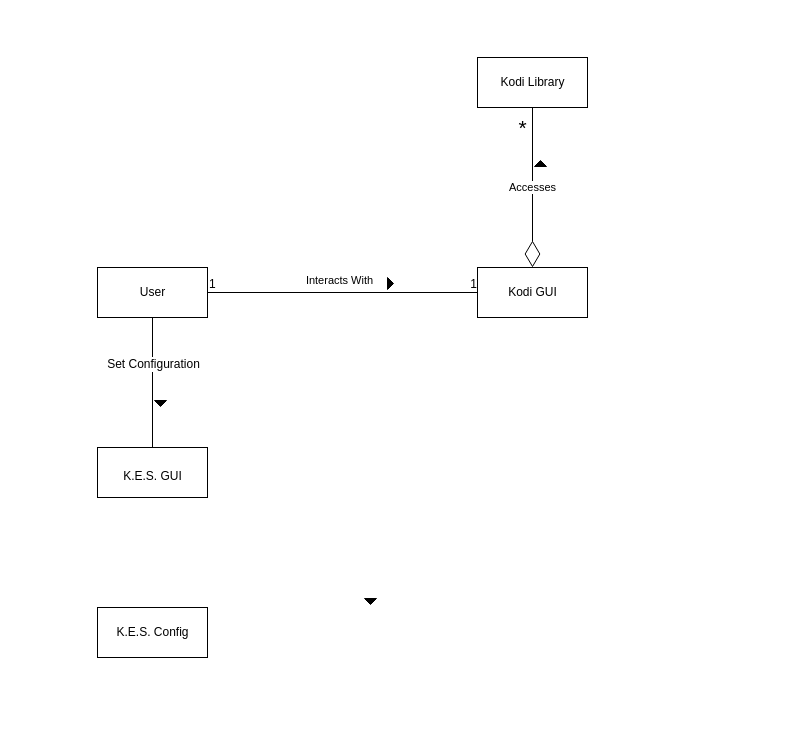
Above: uml.drawio in dustinmcmahon/kodiAddon (draw.io), before the change. Source tidied: cells renumbered, new cells numbered last; positions are measured from the earlier drawing's top-left corner, leaving out a move shared by most shapes. Both pictures are drawn from the tidied source at 100%, with x=0, y=0 at pixel (97, 57).
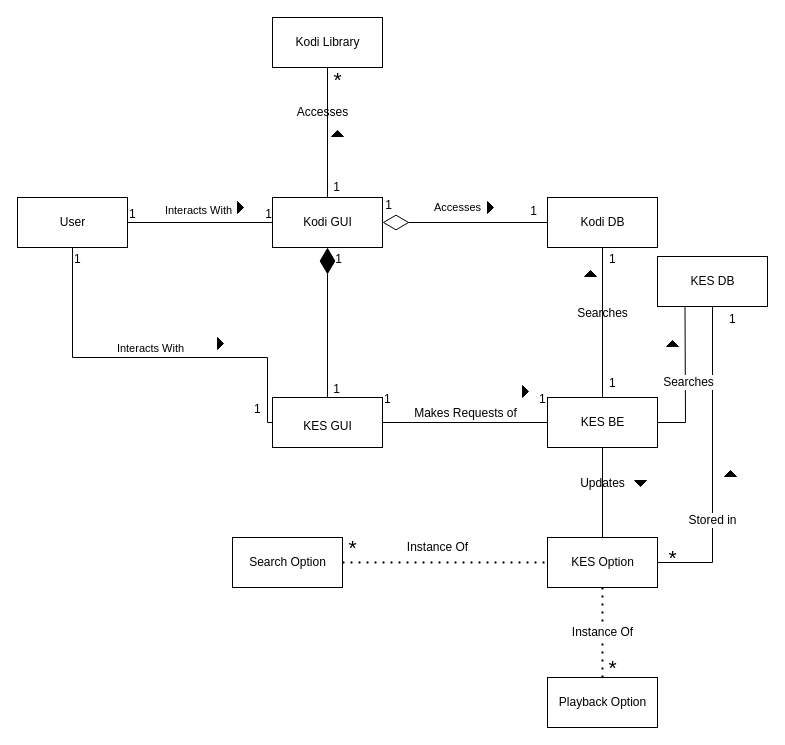
Above is the later version.

Commit message (it also covers changes not shown here):
UML Diagrams v1

Change to the diagram source:
```diff
@@
     <mxCell id="2" value="User" style="html=1;" parent="1" vertex="1">
-      <mxGeometry y="210" width="110" height="50" as="geometry" />
+      <mxGeometry x="-80" y="140" width="110" height="50" as="geometry" />
     </mxCell>
     <mxCell id="3" value="Kodi GUI" style="html=1;" parent="1" vertex="1">
-      <mxGeometry x="380" y="210" width="110" height="50" as="geometry" />
+      <mxGeometry x="175" y="140" width="110" height="50" as="geometry" />
     </mxCell>
     <mxCell id="4" value="Kodi Library" style="html=1;" parent="1" vertex="1">
-      <mxGeometry x="380" width="110" height="50" as="geometry" />
+      <mxGeometry x="175" y="-40" width="110" height="50" as="geometry" />
     </mxCell>
@@
-    <mxCell id="8" value="Accesses" style="endArrow=diamondThin;endFill=0;endSize=24;html=1;entryX=0.5;entryY=0;entryDx=0;entryDy=0;exitX=0.5;exitY=1;exitDx=0;exitDy=0;" parent="1" edge="1" source="4" target="3">
-      <mxGeometry relative="1" as="geometry" />
+    <mxCell id="8" value="Accesses" style="endArrow=diamondThin;endFill=0;endSize=24;html=1;entryX=1;entryY=0.5;entryDx=0;entryDy=0;exitX=0;exitY=0.5;exitDx=0;exitDy=0;" parent="1" edge="1" source="22" target="3">
+      <mxGeometry x="0.09" y="-15" relative="1" as="geometry" />
     </mxCell>
     <mxCell id="9" value="*" style="text;html=1;align=center;verticalAlign=middle;strokeColor=none;fillColor=none;fontSize=21;" parent="1" vertex="1">
-      <mxGeometry x="410" y="50" width="30" height="40" as="geometry" />
+      <mxGeometry x="225" y="2" width="30" height="40" as="geometry" />
     </mxCell>
-    <mxCell id="10" value="&lt;font style=&quot;font-size: 12px;&quot;&gt;K.E.S. GUI&lt;/font&gt;" style="html=1;fontSize=21;" parent="1" vertex="1">
-      <mxGeometry y="390" width="110" height="50" as="geometry" />
+    <mxCell id="10" value="&lt;font style=&quot;font-size: 12px;&quot;&gt;KES GUI&lt;/font&gt;" style="html=1;fontSize=21;" parent="1" vertex="1">
+      <mxGeometry x="175" y="340" width="110" height="50" as="geometry" />
     </mxCell>
-    <mxCell id="11" value="K.E.S. Config" style="html=1;fontSize=12;" parent="1" vertex="1">
-      <mxGeometry y="550" width="110" height="50" as="geometry" />
+    <mxCell id="11" value="KES Option" style="html=1;fontSize=12;" parent="1" vertex="1">
+      <mxGeometry x="450" y="480" width="110" height="50" as="geometry" />
     </mxCell>
     <mxCell id="12" style="triangle;fillColor=strokeColor;fontSize=12;" parent="1" vertex="1">
-      <mxGeometry x="290" y="220" width="6" height="12" as="geometry" />
+      <mxGeometry x="140" y="144" width="6" height="12" as="geometry" />
     </mxCell>
-    <mxCell id="13" style="endArrow=none;html=1;rounded=0;align=center;verticalAlign=bottom;labelBackgroundColor=none;fontSize=12;exitX=0.5;exitY=1;exitDx=0;exitDy=0;entryX=0.5;entryY=0;entryDx=0;entryDy=0;" parent="1" edge="1" source="2" target="10">
+    <mxCell id="13" style="startArrow=diamondThin;endFill=1;endArrow=none;html=1;rounded=0;align=center;verticalAlign=bottom;labelBackgroundColor=none;fontSize=12;exitX=0.5;exitY=1;exitDx=0;exitDy=0;entryX=0.5;entryY=0;entryDx=0;entryDy=0;startSize=24;" parent="1" edge="1" source="3" target="10">
       <mxGeometry relative="1" as="geometry" />
     </mxCell>
-    <mxCell id="14" value="Set Configuration" style="edgeLabel;html=1;align=center;verticalAlign=middle;fontSize=12;" parent="13" vertex="1">
-      <mxGeometry x="-0.3" relative="1" as="geometry" />
-    </mxCell>
-    <mxCell id="15" style="triangle;fillColor=strokeColor;fontSize=12;rotation=-90;" parent="1" vertex="1">
-      <mxGeometry x="440" y="100" width="6" height="12" as="geometry" />
+    <mxCell id="15" style="triangle;fillColor=strokeColor;fontSize=12;rotation=0;" parent="1" vertex="1">
+      <mxGeometry x="390" y="144" width="6" height="12" as="geometry" />
     </mxCell>
-    <mxCell id="16" style="triangle;fillColor=strokeColor;fontSize=12;rotation=90;" parent="1" vertex="1">
-      <mxGeometry x="270" y="538" width="6" height="12" as="geometry" />
-    </mxCell>
-    <mxCell id="17" style="triangle;fillColor=strokeColor;fontSize=12;rotation=90;" parent="1" vertex="1">
-      <mxGeometry x="60" y="340" width="6" height="12" as="geometry" />
-    </mxCell>
+    <mxCell id="18" style="triangle;fillColor=strokeColor;fontSize=12;" parent="1" vertex="1">
+      <mxGeometry x="120" y="280" width="6" height="12" as="geometry" />
+    </mxCell>
+    <mxCell id="19" value="&lt;span style=&quot;font-size: 11px;&quot;&gt;Interacts With&lt;/span&gt;" style="endArrow=none;html=1;rounded=0;align=center;verticalAlign=bottom;labelBackgroundColor=none;fontSize=12;exitX=0.5;exitY=1;exitDx=0;exitDy=0;entryX=0;entryY=0.5;entryDx=0;entryDy=0;" parent="1" edge="1" source="2" target="10">
+      <mxGeometry relative="1" as="geometry">
+        <Array as="points">
+          <mxPoint x="-25" y="300" />
+          <mxPoint x="170" y="300" />
+          <mxPoint x="170" y="365" />
+        </Array>
+      </mxGeometry>
+    </mxCell>
+    <mxCell id="20" value="KES BE" style="html=1;" parent="1" vertex="1">
+      <mxGeometry x="450" y="340" width="110" height="50" as="geometry" />
+    </mxCell>
+    <mxCell id="21" value="KES DB" style="html=1;" parent="1" vertex="1">
+      <mxGeometry x="560" y="199" width="110" height="50" as="geometry" />
+    </mxCell>
+    <mxCell id="22" value="Kodi DB" style="html=1;" parent="1" vertex="1">
+      <mxGeometry x="450" y="140" width="110" height="50" as="geometry" />
+    </mxCell>
+    <mxCell id="23" style="triangle;fillColor=strokeColor;fontSize=12;rotation=-90;" parent="1" vertex="1">
+      <mxGeometry x="237" y="70" width="6" height="12" as="geometry" />
+    </mxCell>
+    <mxCell id="24" value="Accesses" style="endArrow=none;html=1;rounded=0;align=center;verticalAlign=bottom;labelBackgroundColor=none;fontSize=12;exitX=0.5;exitY=1;exitDx=0;exitDy=0;entryX=0.5;entryY=0;entryDx=0;entryDy=0;" parent="1" edge="1" source="4" target="3">
+      <mxGeometry x="-0.17" y="-5" relative="1" as="geometry" />
+    </mxCell>
+    <mxCell id="25" style="triangle;fillColor=strokeColor;fontSize=12;" parent="1" vertex="1">
+      <mxGeometry x="425" y="328" width="6" height="12" as="geometry" />
+    </mxCell>
+    <mxCell id="26" value="Makes Requests of" style="endArrow=none;html=1;rounded=0;align=center;verticalAlign=bottom;labelBackgroundColor=none;fontSize=12;exitX=1;exitY=0.5;exitDx=0;exitDy=0;entryX=0;entryY=0.5;entryDx=0;entryDy=0;" parent="1" edge="1" source="10" target="20">
+      <mxGeometry relative="1" as="geometry" />
+    </mxCell>
+    <mxCell id="27" style="triangle;fillColor=strokeColor;fontSize=12;rotation=-90;" parent="1" vertex="1">
+      <mxGeometry x="490" y="210" width="6" height="12" as="geometry" />
+    </mxCell>
+    <mxCell id="28" value="Searches" style="endArrow=none;html=1;rounded=0;align=center;verticalAlign=bottom;labelBackgroundColor=none;fontSize=12;exitX=0.5;exitY=1;exitDx=0;exitDy=0;entryX=0.5;entryY=0;entryDx=0;entryDy=0;" parent="1" edge="1" source="22" target="20">
+      <mxGeometry relative="1" as="geometry" />
+    </mxCell>
+    <mxCell id="29" value="1" style="html=1;align=right;verticalAlign=bottom;labelBackgroundColor=none;" parent="1" vertex="1">
+      <mxGeometry x="243" y="138" as="geometry" />
+    </mxCell>
+    <mxCell id="30" value="1" style="html=1;align=right;verticalAlign=bottom;labelBackgroundColor=none;" parent="1" vertex="1">
+      <mxGeometry x="440" y="162" as="geometry" />
+    </mxCell>
+    <mxCell id="31" value="1" style="html=1;align=right;verticalAlign=bottom;labelBackgroundColor=none;" parent="1" vertex="1">
+      <mxGeometry x="295" y="156" as="geometry" />
+    </mxCell>
+    <mxCell id="32" value="1" style="html=1;align=right;verticalAlign=bottom;labelBackgroundColor=none;" parent="1" vertex="1">
+      <mxGeometry x="245" y="210" as="geometry" />
+    </mxCell>
+    <mxCell id="33" value="1" style="html=1;align=right;verticalAlign=bottom;labelBackgroundColor=none;" parent="1" vertex="1">
+      <mxGeometry x="243" y="340" as="geometry" />
+    </mxCell>
+    <mxCell id="34" value="1" style="html=1;align=left;verticalAlign=bottom;labelBackgroundColor=none;" parent="1" vertex="1">
+      <mxGeometry x="-25" y="210" as="geometry" />
+    </mxCell>
+    <mxCell id="35" value="1" style="html=1;align=left;verticalAlign=bottom;labelBackgroundColor=none;" parent="1" vertex="1">
+      <mxGeometry x="155" y="360" as="geometry" />
+    </mxCell>
+    <mxCell id="36" value="1" style="html=1;align=left;verticalAlign=bottom;labelBackgroundColor=none;" parent="1" vertex="1">
+      <mxGeometry x="285" y="350" as="geometry" />
+    </mxCell>
+    <mxCell id="37" value="1" style="html=1;align=left;verticalAlign=bottom;labelBackgroundColor=none;" parent="1" vertex="1">
+      <mxGeometry x="630" y="270" as="geometry" />
+    </mxCell>
+    <mxCell id="38" value="1" style="html=1;align=left;verticalAlign=bottom;labelBackgroundColor=none;" parent="1" vertex="1">
+      <mxGeometry x="510" y="210" as="geometry" />
+    </mxCell>
+    <mxCell id="39" value="1" style="html=1;align=left;verticalAlign=bottom;labelBackgroundColor=none;" parent="1" vertex="1">
+      <mxGeometry x="510" y="334" as="geometry" />
+    </mxCell>
+    <mxCell id="40" value="1" style="html=1;align=left;verticalAlign=bottom;labelBackgroundColor=none;" parent="1" vertex="1">
+      <mxGeometry x="440" y="350" as="geometry" />
+    </mxCell>
+    <mxCell id="41" style="triangle;fillColor=strokeColor;fontSize=12;rotation=90;" parent="1" vertex="1">
+      <mxGeometry x="540" y="420" width="6" height="12" as="geometry" />
+    </mxCell>
+    <mxCell id="42" value="Updates" style="endArrow=none;html=1;rounded=0;align=center;verticalAlign=bottom;labelBackgroundColor=none;fontSize=12;exitX=0.5;exitY=0;exitDx=0;exitDy=0;entryX=0.5;entryY=1;entryDx=0;entryDy=0;" parent="1" edge="1" source="11" target="20">
+      <mxGeometry relative="1" as="geometry" />
+    </mxCell>
+    <mxCell id="43" style="triangle;fillColor=strokeColor;fontSize=12;rotation=-90;" parent="1" vertex="1">
+      <mxGeometry x="630" y="410" width="6" height="12" as="geometry" />
+    </mxCell>
+    <mxCell id="44" style="endArrow=none;html=1;rounded=0;align=center;verticalAlign=bottom;labelBackgroundColor=none;fontSize=12;exitX=1;exitY=0.5;exitDx=0;exitDy=0;entryX=0.5;entryY=1;entryDx=0;entryDy=0;" parent="1" edge="1" source="11" target="21">
+      <mxGeometry relative="1" as="geometry">
+        <Array as="points">
+          <mxPoint x="615" y="505" />
+        </Array>
+      </mxGeometry>
+    </mxCell>
+    <mxCell id="45" value="Stored in" style="edgeLabel;html=1;align=center;verticalAlign=middle;fontSize=12;" parent="44" vertex="1">
+      <mxGeometry x="-0.37" y="1" relative="1" as="geometry" />
+    </mxCell>
+    <mxCell id="46" value="*" style="text;html=1;align=center;verticalAlign=middle;strokeColor=none;fillColor=none;fontSize=21;" parent="1" vertex="1">
+      <mxGeometry x="560" y="480" width="30" height="40" as="geometry" />
+    </mxCell>
+    <mxCell id="47" style="triangle;fillColor=strokeColor;fontSize=12;rotation=-90;" parent="1" vertex="1">
+      <mxGeometry x="572" y="280" width="6" height="12" as="geometry" />
+    </mxCell>
+    <mxCell id="48" style="endArrow=none;html=1;rounded=0;align=center;verticalAlign=bottom;labelBackgroundColor=none;fontSize=12;exitX=1;exitY=0.5;exitDx=0;exitDy=0;entryX=0.25;entryY=1;entryDx=0;entryDy=0;" parent="1" edge="1" source="20" target="21">
+      <mxGeometry relative="1" as="geometry">
+        <Array as="points">
+          <mxPoint x="588" y="365" />
+        </Array>
+      </mxGeometry>
+    </mxCell>
+    <mxCell id="49" value="Searches" style="edgeLabel;html=1;align=center;verticalAlign=middle;fontSize=12;" parent="48" vertex="1">
+      <mxGeometry x="-0.05" y="-3" relative="1" as="geometry" />
+    </mxCell>
+    <mxCell id="50" value="Instance Of" style="endArrow=none;dashed=1;html=1;dashPattern=1 3;strokeWidth=2;fontSize=12;entryX=0.5;entryY=1;entryDx=0;entryDy=0;exitX=0.5;exitY=0;exitDx=0;exitDy=0;" parent="1" edge="1" source="52" target="11">
+      <mxGeometry relative="1" as="geometry" />
+    </mxCell>
+    <mxCell id="51" value="Search Option" style="html=1;fontSize=12;" parent="1" vertex="1">
+      <mxGeometry x="135" y="480" width="110" height="50" as="geometry" />
+    </mxCell>
+    <mxCell id="52" value="Playback Option" style="html=1;fontSize=12;" parent="1" vertex="1">
+      <mxGeometry x="450" y="620" width="110" height="50" as="geometry" />
+    </mxCell>
+    <mxCell id="53" value="Instance Of" style="endArrow=none;dashed=1;html=1;dashPattern=1 3;strokeWidth=2;fontSize=12;entryX=0;entryY=0.5;entryDx=0;entryDy=0;exitX=1;exitY=0.5;exitDx=0;exitDy=0;" parent="1" edge="1" source="51" target="11">
+      <mxGeometry x="-0.07" y="15" relative="1" as="geometry" />
+    </mxCell>
+    <mxCell id="54" value="*" style="text;html=1;align=center;verticalAlign=middle;strokeColor=none;fillColor=none;fontSize=21;" parent="1" vertex="1">
+      <mxGeometry x="500" y="590" width="30" height="40" as="geometry" />
+    </mxCell>
+    <mxCell id="55" value="*" style="text;html=1;align=center;verticalAlign=middle;strokeColor=none;fillColor=none;fontSize=21;" parent="1" vertex="1">
+      <mxGeometry x="240" y="470" width="30" height="40" as="geometry" />
+    </mxCell>
```
